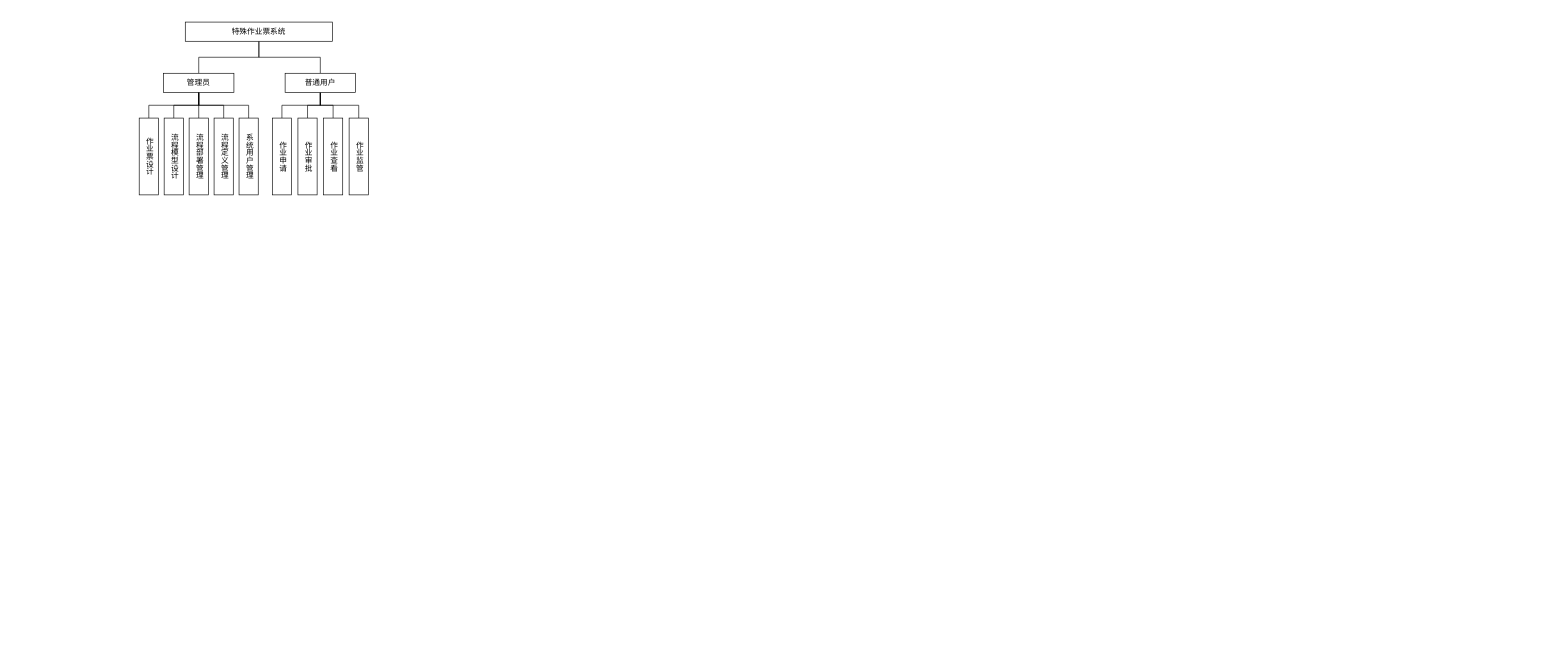
Above: 毕设.drawio in linf04/draw.io (draw.io), before the change. Source tidied: cells renumbered, new cells numbered last; positions are measured from the earlier drawing's top-left corner, leaving out a move shared by most shapes. Both pictures are drawn from the tidied source at 64%, with x=0, y=0 at pixel (139, 22).
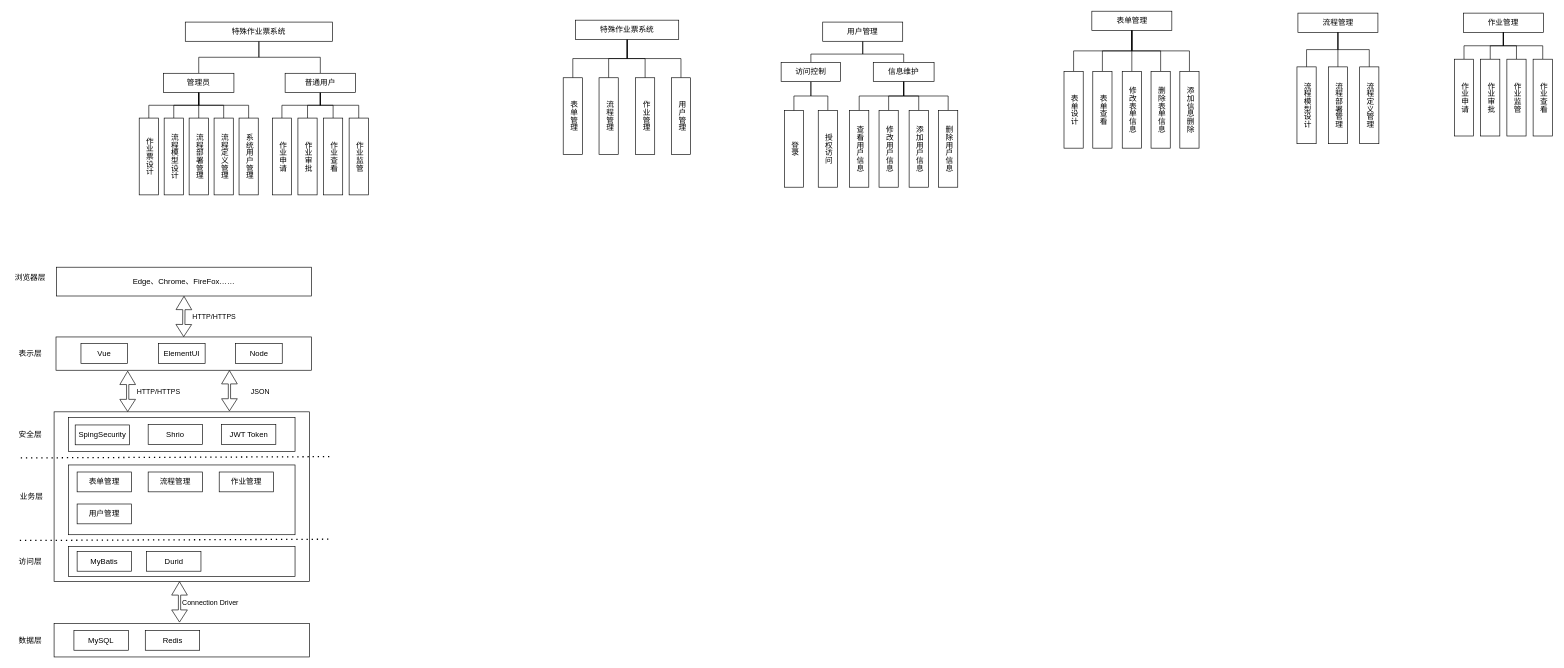
Above is the later version.

Change to the diagram source:
```diff
@@
+    <mxCell id="25" style="rounded=0;whiteSpace=wrap;html=1;flipV=1;" parent="1" vertex="1">
+      <mxGeometry x="-130" y="492" width="399" height="52" as="geometry" />
+    </mxCell>
+    <mxCell id="26" value="Edge、Chrome、FireFox……" style="rounded=0;whiteSpace=wrap;html=1;flipV=1;" parent="1" vertex="1">
+      <mxGeometry x="-129" y="383" width="398" height="45" as="geometry" />
+    </mxCell>
+    <mxCell id="27" value="浏览器层" style="text;html=1;align=center;verticalAlign=middle;whiteSpace=wrap;rounded=0;" parent="1" vertex="1">
+      <mxGeometry x="-200" y="384" width="60" height="30" as="geometry" />
+    </mxCell>
+    <mxCell id="28" style="shape=flexArrow;endArrow=classic;startArrow=classic;html=1;rounded=0;entryX=0.5;entryY=1;entryDx=0;entryDy=0;exitX=0.5;exitY=0;exitDx=0;exitDy=0;width=3.5294117647058822;endSize=6.611764705882353;" parent="1" edge="1" source="25" target="26">
+      <mxGeometry relative="1" as="geometry" />
+    </mxCell>
+    <mxCell id="29" value="HTTP/HTTPS" style="edgeLabel;html=1;align=center;verticalAlign=middle;" parent="28" vertex="1">
+      <mxGeometry x="0.19" relative="1" as="geometry">
+        <mxPoint x="47" y="6" as="offset" />
+      </mxGeometry>
+    </mxCell>
+    <mxCell id="30" value="表示层" style="text;html=1;align=center;verticalAlign=middle;whiteSpace=wrap;rounded=0;" parent="1" vertex="1">
+      <mxGeometry x="-200" y="502.5" width="60" height="30" as="geometry" />
+    </mxCell>
+    <mxCell id="31" value="Vue" style="rounded=0;whiteSpace=wrap;html=1;" parent="1" vertex="1">
+      <mxGeometry x="-91" y="502.5" width="73" height="31" as="geometry" />
+    </mxCell>
+    <mxCell id="32" value="ElementUI" style="rounded=0;whiteSpace=wrap;html=1;" parent="1" vertex="1">
+      <mxGeometry x="30" y="502.5" width="73" height="31" as="geometry" />
+    </mxCell>
+    <mxCell id="33" value="Node" style="rounded=0;whiteSpace=wrap;html=1;" parent="1" vertex="1">
+      <mxGeometry x="150.5" y="502.5" width="73" height="31" as="geometry" />
+    </mxCell>
+    <mxCell id="34" style="rounded=0;whiteSpace=wrap;html=1;flipV=1;" parent="1" vertex="1">
+      <mxGeometry x="-133" y="609" width="399" height="265" as="geometry" />
+    </mxCell>
+    <mxCell id="35" value="安全层" style="text;html=1;align=center;verticalAlign=middle;whiteSpace=wrap;rounded=0;" parent="1" vertex="1">
+      <mxGeometry x="-200" y="630" width="60" height="30" as="geometry" />
+    </mxCell>
+    <mxCell id="36" style="rounded=0;whiteSpace=wrap;html=1;" parent="1" vertex="1">
+      <mxGeometry x="-110.5" y="618" width="354" height="53" as="geometry" />
+    </mxCell>
+    <mxCell id="37" value="SpingSecurity" style="rounded=0;whiteSpace=wrap;html=1;" parent="1" vertex="1">
+      <mxGeometry x="-100" y="629.5" width="85" height="31" as="geometry" />
+    </mxCell>
+    <mxCell id="38" value="Shrio" style="rounded=0;whiteSpace=wrap;html=1;" parent="1" vertex="1">
+      <mxGeometry x="14" y="629" width="85" height="31" as="geometry" />
+    </mxCell>
+    <mxCell id="39" value="JWT Token" style="rounded=0;whiteSpace=wrap;html=1;" parent="1" vertex="1">
+      <mxGeometry x="128.5" y="629" width="85" height="31" as="geometry" />
+    </mxCell>
+    <mxCell id="40" style="endArrow=none;dashed=1;html=1;dashPattern=1 3;strokeWidth=2;rounded=0;" parent="1" edge="1">
+      <mxGeometry relative="1" as="geometry">
+        <mxPoint x="-185" y="681" as="sourcePoint" />
+        <mxPoint x="301" y="679" as="targetPoint" />
+      </mxGeometry>
+    </mxCell>
+    <mxCell id="41" style="endArrow=none;dashed=1;html=1;dashPattern=1 3;strokeWidth=2;rounded=0;" parent="1" edge="1">
+      <mxGeometry relative="1" as="geometry">
+        <mxPoint x="-186.5" y="810" as="sourcePoint" />
+        <mxPoint x="299.5" y="808" as="targetPoint" />
+      </mxGeometry>
+    </mxCell>
+    <mxCell id="42" value="业务层" style="text;html=1;align=center;verticalAlign=middle;whiteSpace=wrap;rounded=0;" parent="1" vertex="1">
+      <mxGeometry x="-198" y="726.5" width="60" height="30" as="geometry" />
+    </mxCell>
+    <mxCell id="43" style="rounded=0;whiteSpace=wrap;html=1;" parent="1" vertex="1">
+      <mxGeometry x="-110.5" y="692" width="354" height="109" as="geometry" />
+    </mxCell>
+    <mxCell id="44" value="表单管理" style="rounded=0;whiteSpace=wrap;html=1;" parent="1" vertex="1">
+      <mxGeometry x="-97" y="703" width="85" height="31" as="geometry" />
+    </mxCell>
+    <mxCell id="45" value="流程管理" style="rounded=0;whiteSpace=wrap;html=1;" parent="1" vertex="1">
+      <mxGeometry x="14" y="703" width="85" height="31" as="geometry" />
+    </mxCell>
+    <mxCell id="46" value="作业管理" style="rounded=0;whiteSpace=wrap;html=1;" parent="1" vertex="1">
+      <mxGeometry x="125" y="703" width="85" height="31" as="geometry" />
+    </mxCell>
+    <mxCell id="47" value="用户管理" style="rounded=0;whiteSpace=wrap;html=1;" parent="1" vertex="1">
+      <mxGeometry x="-97" y="753" width="85" height="31" as="geometry" />
+    </mxCell>
+    <mxCell id="48" value="访问层" style="text;html=1;align=center;verticalAlign=middle;whiteSpace=wrap;rounded=0;" parent="1" vertex="1">
+      <mxGeometry x="-200" y="828" width="60" height="30" as="geometry" />
+    </mxCell>
+    <mxCell id="49" style="rounded=0;whiteSpace=wrap;html=1;" parent="1" vertex="1">
+      <mxGeometry x="-110.5" y="819.5" width="354" height="47" as="geometry" />
+    </mxCell>
+    <mxCell id="50" value="MyBatis" style="rounded=0;whiteSpace=wrap;html=1;" parent="1" vertex="1">
+      <mxGeometry x="-97" y="827" width="85" height="31" as="geometry" />
+    </mxCell>
+    <mxCell id="51" value="Durid" style="rounded=0;whiteSpace=wrap;html=1;" parent="1" vertex="1">
+      <mxGeometry x="11.5" y="827" width="85" height="31" as="geometry" />
+    </mxCell>
+    <mxCell id="52" style="rounded=0;whiteSpace=wrap;html=1;flipV=1;" parent="1" vertex="1">
+      <mxGeometry x="-133" y="940" width="399" height="52" as="geometry" />
+    </mxCell>
+    <mxCell id="53" value="MySQL" style="rounded=0;whiteSpace=wrap;html=1;" parent="1" vertex="1">
+      <mxGeometry x="-102" y="950.5" width="85" height="31" as="geometry" />
+    </mxCell>
+    <mxCell id="54" value="Redis" style="rounded=0;whiteSpace=wrap;html=1;" parent="1" vertex="1">
+      <mxGeometry x="9.5" y="950.5" width="85" height="31" as="geometry" />
+    </mxCell>
+    <mxCell id="55" value="数据层" style="text;html=1;align=center;verticalAlign=middle;whiteSpace=wrap;rounded=0;" parent="1" vertex="1">
+      <mxGeometry x="-200" y="951.5" width="60" height="30" as="geometry" />
+    </mxCell>
+    <mxCell id="56" style="shape=flexArrow;endArrow=classic;startArrow=classic;html=1;rounded=0;entryX=0.5;entryY=1;entryDx=0;entryDy=0;exitX=0.5;exitY=0;exitDx=0;exitDy=0;width=3.5294117647058822;endSize=6.611764705882353;" parent="1" edge="1">
+      <mxGeometry relative="1" as="geometry">
+        <mxPoint x="-18" y="609" as="sourcePoint" />
+        <mxPoint x="-18" y="545" as="targetPoint" />
+      </mxGeometry>
+    </mxCell>
+    <mxCell id="57" value="HTTP/HTTPS" style="edgeLabel;html=1;align=center;verticalAlign=middle;" parent="56" vertex="1">
+      <mxGeometry x="0.19" relative="1" as="geometry">
+        <mxPoint x="47" y="6" as="offset" />
+      </mxGeometry>
+    </mxCell>
+    <mxCell id="58" style="shape=flexArrow;endArrow=classic;startArrow=classic;html=1;rounded=0;entryX=0.5;entryY=1;entryDx=0;entryDy=0;exitX=0.5;exitY=0;exitDx=0;exitDy=0;width=3.5294117647058822;endSize=6.611764705882353;" parent="1" edge="1">
+      <mxGeometry relative="1" as="geometry">
+        <mxPoint x="141" y="608" as="sourcePoint" />
+        <mxPoint x="141" y="544" as="targetPoint" />
+      </mxGeometry>
+    </mxCell>
+    <mxCell id="59" value="JSON" style="edgeLabel;html=1;align=center;verticalAlign=middle;" parent="58" vertex="1">
+      <mxGeometry x="0.19" relative="1" as="geometry">
+        <mxPoint x="47" y="6" as="offset" />
+      </mxGeometry>
+    </mxCell>
+    <mxCell id="60" style="shape=flexArrow;endArrow=classic;startArrow=classic;html=1;rounded=0;entryX=0.5;entryY=1;entryDx=0;entryDy=0;exitX=0.5;exitY=0;exitDx=0;exitDy=0;width=3.5294117647058822;endSize=6.611764705882353;" parent="1" edge="1">
+      <mxGeometry relative="1" as="geometry">
+        <mxPoint x="63" y="938" as="sourcePoint" />
+        <mxPoint x="63" y="874" as="targetPoint" />
+      </mxGeometry>
+    </mxCell>
+    <mxCell id="61" value="Connection Driver" style="edgeLabel;html=1;align=center;verticalAlign=middle;" parent="60" vertex="1">
+      <mxGeometry x="0.19" relative="1" as="geometry">
+        <mxPoint x="47" y="6" as="offset" />
+      </mxGeometry>
+    </mxCell>
+    <mxCell id="62" style="edgeStyle=orthogonalEdgeStyle;rounded=0;jettySize=auto;html=1;exitX=0.5;exitY=1;exitDx=0;exitDy=0;entryX=0.5;entryY=0;entryDx=0;entryDy=0;endArrow=none;endFill=0;" parent="1" edge="1" source="66" target="67">
+      <mxGeometry relative="1" as="geometry" />
+    </mxCell>
+    <mxCell id="63" style="edgeStyle=orthogonalEdgeStyle;rounded=0;jettySize=auto;html=1;exitX=0.5;exitY=1;exitDx=0;exitDy=0;entryX=0.5;entryY=0;entryDx=0;entryDy=0;endArrow=none;endFill=0;" parent="1" edge="1" source="66" target="68">
+      <mxGeometry relative="1" as="geometry" />
+    </mxCell>
+    <mxCell id="64" style="edgeStyle=orthogonalEdgeStyle;rounded=0;jettySize=auto;html=1;exitX=0.5;exitY=1;exitDx=0;exitDy=0;entryX=0.5;entryY=0;entryDx=0;entryDy=0;endArrow=none;endFill=0;" parent="1" edge="1" source="66" target="69">
+      <mxGeometry relative="1" as="geometry" />
+    </mxCell>
+    <mxCell id="65" style="edgeStyle=orthogonalEdgeStyle;rounded=0;jettySize=auto;html=1;exitX=0.5;exitY=1;exitDx=0;exitDy=0;endArrow=none;endFill=0;" parent="1" edge="1" source="66" target="70">
+      <mxGeometry relative="1" as="geometry" />
+    </mxCell>
+    <mxCell id="66" value="特殊作业票系统" style="rounded=0;whiteSpace=wrap;html=1;" parent="1" vertex="1">
+      <mxGeometry x="682" y="-3" width="161" height="30" as="geometry" />
+    </mxCell>
+    <mxCell id="67" value="表单管理" style="rounded=0;whiteSpace=wrap;verticalAlign=middle;textDirection=vertical-lr;labelPosition=center;verticalLabelPosition=middle;align=center;html=1;" parent="1" vertex="1">
+      <mxGeometry x="662.5" y="87" width="30" height="120" as="geometry" />
+    </mxCell>
+    <mxCell id="68" value="流程管理" style="rounded=0;whiteSpace=wrap;verticalAlign=middle;textDirection=vertical-lr;labelPosition=center;verticalLabelPosition=middle;align=center;html=1;" parent="1" vertex="1">
+      <mxGeometry x="718.5" y="87" width="30" height="120" as="geometry" />
+    </mxCell>
+    <mxCell id="69" value="作业管理" style="rounded=0;whiteSpace=wrap;verticalAlign=middle;textDirection=vertical-lr;labelPosition=center;verticalLabelPosition=middle;align=center;html=1;" parent="1" vertex="1">
+      <mxGeometry x="775.5" y="87" width="30" height="120" as="geometry" />
+    </mxCell>
+    <mxCell id="70" value="用户管理" style="rounded=0;whiteSpace=wrap;verticalAlign=middle;textDirection=vertical-lr;labelPosition=center;verticalLabelPosition=middle;align=center;html=1;" parent="1" vertex="1">
+      <mxGeometry x="831.5" y="87" width="30" height="120" as="geometry" />
+    </mxCell>
+    <mxCell id="71" style="edgeStyle=orthogonalEdgeStyle;rounded=0;jettySize=auto;html=1;exitX=0.5;exitY=1;exitDx=0;exitDy=0;entryX=0.5;entryY=0;entryDx=0;entryDy=0;endArrow=none;endFill=0;" parent="1" edge="1" source="73" target="80">
+      <mxGeometry relative="1" as="geometry" />
+    </mxCell>
+    <mxCell id="72" style="edgeStyle=orthogonalEdgeStyle;rounded=0;jettySize=auto;html=1;exitX=0.5;exitY=1;exitDx=0;exitDy=0;entryX=0.5;entryY=0;entryDx=0;entryDy=0;endArrow=none;endFill=0;" parent="1" edge="1" source="73" target="77">
+      <mxGeometry relative="1" as="geometry" />
+    </mxCell>
+    <mxCell id="73" value="用户管理" style="rounded=0;whiteSpace=wrap;html=1;" parent="1" vertex="1">
+      <mxGeometry x="1068" width="125" height="30" as="geometry" />
+    </mxCell>
+    <mxCell id="74" value="登录" style="rounded=0;whiteSpace=wrap;verticalAlign=middle;textDirection=vertical-lr;labelPosition=center;verticalLabelPosition=middle;align=center;html=1;" parent="1" vertex="1">
+      <mxGeometry x="1008" y="138" width="30" height="120" as="geometry" />
+    </mxCell>
+    <mxCell id="75" style="edgeStyle=orthogonalEdgeStyle;rounded=0;jettySize=auto;html=1;entryX=0.5;entryY=0;entryDx=0;entryDy=0;exitX=0.5;exitY=1;exitDx=0;exitDy=0;endArrow=none;endFill=0;" parent="1" edge="1" source="77" target="82">
+      <mxGeometry relative="1" as="geometry" />
+    </mxCell>
+    <mxCell id="76" style="edgeStyle=orthogonalEdgeStyle;rounded=0;jettySize=auto;html=1;exitX=0.5;exitY=1;exitDx=0;exitDy=0;entryX=0.5;entryY=0;entryDx=0;entryDy=0;endArrow=none;endFill=0;" parent="1" edge="1" source="77" target="87">
+      <mxGeometry relative="1" as="geometry" />
+    </mxCell>
+    <mxCell id="77" value="信息维护" style="rounded=0;whiteSpace=wrap;html=1;" parent="1" vertex="1">
+      <mxGeometry x="1147" y="63" width="95" height="30" as="geometry" />
+    </mxCell>
+    <mxCell id="78" style="edgeStyle=orthogonalEdgeStyle;rounded=0;jettySize=auto;html=1;entryX=0.5;entryY=0;entryDx=0;entryDy=0;endArrow=none;endFill=0;" parent="1" edge="1" source="80" target="74">
+      <mxGeometry relative="1" as="geometry" />
+    </mxCell>
+    <mxCell id="79" style="edgeStyle=orthogonalEdgeStyle;rounded=0;jettySize=auto;html=1;exitX=0.5;exitY=1;exitDx=0;exitDy=0;entryX=0.5;entryY=0;entryDx=0;entryDy=0;endArrow=none;endFill=0;" parent="1" edge="1" source="80" target="81">
+      <mxGeometry relative="1" as="geometry" />
+    </mxCell>
+    <mxCell id="80" value="访问控制" style="rounded=0;whiteSpace=wrap;html=1;" parent="1" vertex="1">
+      <mxGeometry x="1003" y="63" width="93" height="30" as="geometry" />
+    </mxCell>
+    <mxCell id="81" value="授权访问" style="rounded=0;whiteSpace=wrap;verticalAlign=middle;textDirection=vertical-lr;labelPosition=center;verticalLabelPosition=middle;align=center;html=1;" parent="1" vertex="1">
+      <mxGeometry x="1061" y="138" width="30" height="120" as="geometry" />
+    </mxCell>
+    <mxCell id="82" value="查看用户信息" style="rounded=0;whiteSpace=wrap;verticalAlign=middle;textDirection=vertical-lr;labelPosition=center;verticalLabelPosition=middle;align=center;html=1;" parent="1" vertex="1">
+      <mxGeometry x="1110" y="138" width="30" height="120" as="geometry" />
+    </mxCell>
+    <mxCell id="83" style="edgeStyle=orthogonalEdgeStyle;rounded=0;jettySize=auto;html=1;endArrow=none;endFill=0;" parent="1" edge="1" source="84" target="77">
+      <mxGeometry relative="1" as="geometry" />
+    </mxCell>
+    <mxCell id="84" value="修改用户信息" style="rounded=0;whiteSpace=wrap;verticalAlign=middle;textDirection=vertical-lr;labelPosition=center;verticalLabelPosition=middle;align=center;html=1;" parent="1" vertex="1">
+      <mxGeometry x="1156" y="138" width="30" height="120" as="geometry" />
+    </mxCell>
+    <mxCell id="85" style="edgeStyle=orthogonalEdgeStyle;rounded=0;jettySize=auto;html=1;endArrow=none;endFill=0;" parent="1" edge="1" source="86" target="77">
+      <mxGeometry relative="1" as="geometry" />
+    </mxCell>
+    <mxCell id="86" value="添加用户信息" style="rounded=0;whiteSpace=wrap;verticalAlign=middle;textDirection=vertical-lr;labelPosition=center;verticalLabelPosition=middle;align=center;html=1;" parent="1" vertex="1">
+      <mxGeometry x="1203" y="138" width="30" height="120" as="geometry" />
+    </mxCell>
+    <mxCell id="87" value="删除用户信息" style="rounded=0;whiteSpace=wrap;verticalAlign=middle;textDirection=vertical-lr;labelPosition=center;verticalLabelPosition=middle;align=center;html=1;" parent="1" vertex="1">
+      <mxGeometry x="1249" y="138" width="30" height="120" as="geometry" />
+    </mxCell>
+    <mxCell id="88" value="表单管理" style="rounded=0;whiteSpace=wrap;html=1;" parent="1" vertex="1">
+      <mxGeometry x="1488.5" y="-17" width="125" height="30" as="geometry" />
+    </mxCell>
+    <mxCell id="89" style="edgeStyle=orthogonalEdgeStyle;rounded=0;jettySize=auto;html=1;endArrow=none;endFill=0;" parent="1" edge="1" source="90" target="88">
+      <mxGeometry relative="1" as="geometry">
+        <Array as="points">
+          <mxPoint x="1460" y="45" />
+          <mxPoint x="1551" y="45" />
+        </Array>
+      </mxGeometry>
+    </mxCell>
+    <mxCell id="90" value="表单设计" style="rounded=0;whiteSpace=wrap;verticalAlign=middle;textDirection=vertical-lr;labelPosition=center;verticalLabelPosition=middle;align=center;html=1;" parent="1" vertex="1">
+      <mxGeometry x="1445" y="77" width="30" height="120" as="geometry" />
+    </mxCell>
+    <mxCell id="91" style="edgeStyle=orthogonalEdgeStyle;rounded=0;jettySize=auto;html=1;endArrow=none;endFill=0;" parent="1" edge="1" source="92" target="88">
+      <mxGeometry relative="1" as="geometry" />
+    </mxCell>
+    <mxCell id="92" value="表单查看" style="rounded=0;whiteSpace=wrap;verticalAlign=middle;textDirection=vertical-lr;labelPosition=center;verticalLabelPosition=middle;align=center;html=1;" parent="1" vertex="1">
+      <mxGeometry x="1490" y="77" width="30" height="120" as="geometry" />
+    </mxCell>
+    <mxCell id="93" style="edgeStyle=orthogonalEdgeStyle;rounded=0;jettySize=auto;html=1;endArrow=none;endFill=0;" parent="1" edge="1" source="94" target="88">
+      <mxGeometry relative="1" as="geometry" />
+    </mxCell>
+    <mxCell id="94" value="修改表单信息" style="rounded=0;whiteSpace=wrap;verticalAlign=middle;textDirection=vertical-lr;labelPosition=center;verticalLabelPosition=middle;align=center;html=1;" parent="1" vertex="1">
+      <mxGeometry x="1536" y="77" width="30" height="120" as="geometry" />
+    </mxCell>
+    <mxCell id="95" style="edgeStyle=orthogonalEdgeStyle;rounded=0;jettySize=auto;html=1;endArrow=none;endFill=0;" parent="1" edge="1" source="96" target="88">
+      <mxGeometry relative="1" as="geometry" />
+    </mxCell>
+    <mxCell id="96" value="删除表单信息" style="rounded=0;whiteSpace=wrap;verticalAlign=middle;textDirection=vertical-lr;labelPosition=center;verticalLabelPosition=middle;align=center;html=1;" parent="1" vertex="1">
+      <mxGeometry x="1581" y="77" width="30" height="120" as="geometry" />
+    </mxCell>
+    <mxCell id="97" style="edgeStyle=orthogonalEdgeStyle;rounded=0;jettySize=auto;html=1;endArrow=none;endFill=0;" parent="1" edge="1" source="98" target="88">
+      <mxGeometry relative="1" as="geometry">
+        <Array as="points">
+          <mxPoint x="1641" y="45" />
+          <mxPoint x="1551" y="45" />
+        </Array>
+      </mxGeometry>
+    </mxCell>
+    <mxCell id="98" value="添加信息删除" style="rounded=0;whiteSpace=wrap;verticalAlign=middle;textDirection=vertical-lr;labelPosition=center;verticalLabelPosition=middle;align=center;html=1;" parent="1" vertex="1">
+      <mxGeometry x="1626" y="77" width="30" height="120" as="geometry" />
+    </mxCell>
+    <mxCell id="99" value="流程管理" style="rounded=0;whiteSpace=wrap;html=1;" parent="1" vertex="1">
+      <mxGeometry x="1810.5" y="-14" width="125" height="30" as="geometry" />
+    </mxCell>
+    <mxCell id="100" style="edgeStyle=orthogonalEdgeStyle;rounded=0;jettySize=auto;html=1;endArrow=none;endFill=0;" parent="1" edge="1" source="101" target="99">
+      <mxGeometry relative="1" as="geometry" />
+    </mxCell>
+    <mxCell id="101" value="流程模型设计" style="rounded=0;whiteSpace=wrap;verticalAlign=middle;textDirection=vertical-lr;labelPosition=center;verticalLabelPosition=middle;align=center;html=1;" parent="1" vertex="1">
+      <mxGeometry x="1809" y="70" width="30" height="120" as="geometry" />
+    </mxCell>
+    <mxCell id="102" style="edgeStyle=orthogonalEdgeStyle;rounded=0;jettySize=auto;html=1;endArrow=none;endFill=0;" parent="1" edge="1" source="103" target="99">
+      <mxGeometry relative="1" as="geometry" />
+    </mxCell>
+    <mxCell id="103" value="流程部署管理" style="rounded=0;whiteSpace=wrap;verticalAlign=middle;textDirection=vertical-lr;labelPosition=center;verticalLabelPosition=middle;align=center;html=1;" parent="1" vertex="1">
+      <mxGeometry x="1858" y="70" width="30" height="120" as="geometry" />
+    </mxCell>
+    <mxCell id="104" style="edgeStyle=orthogonalEdgeStyle;rounded=0;jettySize=auto;html=1;endArrow=none;endFill=0;" parent="1" edge="1" source="105" target="99">
+      <mxGeometry relative="1" as="geometry" />
+    </mxCell>
+    <mxCell id="105" value="流程定义管理" style="rounded=0;whiteSpace=wrap;verticalAlign=middle;textDirection=vertical-lr;labelPosition=center;verticalLabelPosition=middle;align=center;html=1;" parent="1" vertex="1">
+      <mxGeometry x="1907" y="70" width="30" height="120" as="geometry" />
+    </mxCell>
+    <mxCell id="106" value="作业管理" style="rounded=0;whiteSpace=wrap;html=1;" parent="1" vertex="1">
+      <mxGeometry x="2069" y="-14" width="125" height="30" as="geometry" />
+    </mxCell>
+    <mxCell id="107" style="edgeStyle=orthogonalEdgeStyle;rounded=0;jettySize=auto;html=1;endArrow=none;endFill=0;" parent="1" edge="1" source="108" target="106">
+      <mxGeometry relative="1" as="geometry" />
+    </mxCell>
+    <mxCell id="108" value="作业申请" style="rounded=0;whiteSpace=wrap;verticalAlign=middle;textDirection=vertical-lr;labelPosition=center;verticalLabelPosition=middle;align=center;html=1;flipH=1;" parent="1" vertex="1">
+      <mxGeometry x="2055" y="58" width="30" height="120" as="geometry" />
+    </mxCell>
+    <mxCell id="109" style="edgeStyle=orthogonalEdgeStyle;rounded=0;jettySize=auto;html=1;endArrow=none;endFill=0;" parent="1" edge="1" source="110" target="106">
+      <mxGeometry relative="1" as="geometry" />
+    </mxCell>
+    <mxCell id="110" value="作业审批" style="rounded=0;whiteSpace=wrap;verticalAlign=middle;textDirection=vertical-lr;labelPosition=center;verticalLabelPosition=middle;align=center;html=1;flipH=1;" parent="1" vertex="1">
+      <mxGeometry x="2096" y="58" width="30" height="120" as="geometry" />
+    </mxCell>
+    <mxCell id="111" style="edgeStyle=orthogonalEdgeStyle;rounded=0;jettySize=auto;html=1;endArrow=none;endFill=0;" parent="1" edge="1" source="112" target="106">
+      <mxGeometry relative="1" as="geometry" />
+    </mxCell>
+    <mxCell id="112" value="作业监管" style="rounded=0;whiteSpace=wrap;verticalAlign=middle;textDirection=vertical-lr;labelPosition=center;verticalLabelPosition=middle;align=center;html=1;flipH=1;" parent="1" vertex="1">
+      <mxGeometry x="2137" y="58" width="30" height="120" as="geometry" />
+    </mxCell>
+    <mxCell id="113" style="edgeStyle=orthogonalEdgeStyle;rounded=0;jettySize=auto;html=1;endArrow=none;endFill=0;" parent="1" edge="1" source="114" target="106">
+      <mxGeometry relative="1" as="geometry" />
+    </mxCell>
+    <mxCell id="114" value="作业查看" style="rounded=0;whiteSpace=wrap;verticalAlign=middle;textDirection=vertical-lr;labelPosition=center;verticalLabelPosition=middle;align=center;html=1;flipH=1;" parent="1" vertex="1">
+      <mxGeometry x="2178" y="58" width="30" height="120" as="geometry" />
+    </mxCell>
```
